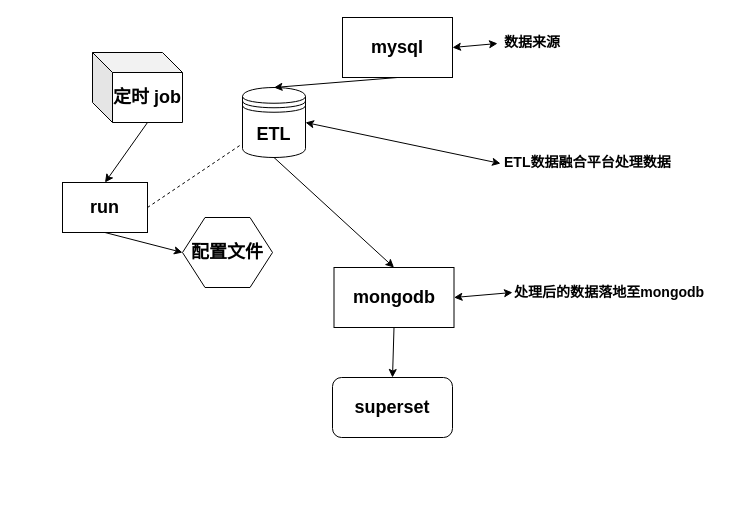
Before: Untitled Diagram.drawio in 23Evildoer/day7, a draw.io diagram. Source tidied: cells renumbered, new cells numbered last; positions are measured from the earlier drawing's top-left corner, leaving out a move shared by most shapes. Both pictures are drawn from the tidied source at 100%, with x=0, y=0 at pixel (62, 17).
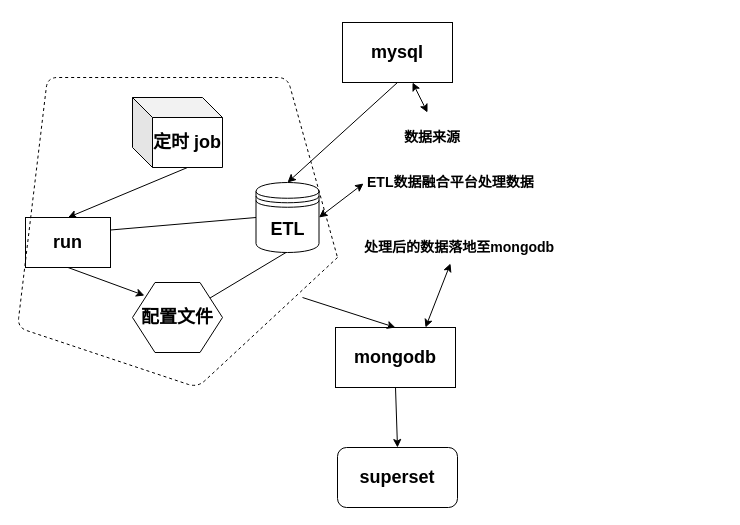
The same diagram, later.

What changed in the source:
```diff
@@
     <mxCell id="2" value="&lt;h2&gt;mysql&lt;/h2&gt;" style="rounded=0;whiteSpace=wrap;html=1;" parent="1" vertex="1">
-      <mxGeometry x="280" width="110" height="60" as="geometry" />
+      <mxGeometry x="280" y="5" width="110" height="60" as="geometry" />
     </mxCell>
     <mxCell id="3" value="&lt;h2&gt;ETL&lt;/h2&gt;" style="shape=datastore;whiteSpace=wrap;html=1;" parent="1" vertex="1">
-      <mxGeometry x="180" y="70" width="63" height="70" as="geometry" />
+      <mxGeometry x="193.5" y="165" width="63" height="70" as="geometry" />
     </mxCell>
@@
     <mxCell id="5" value="&lt;h2&gt;mongodb&lt;/h2&gt;" style="rounded=0;whiteSpace=wrap;html=1;" parent="1" vertex="1">
-      <mxGeometry x="271.5" y="250" width="120" height="60" as="geometry" />
+      <mxGeometry x="273" y="310" width="120" height="60" as="geometry" />
     </mxCell>
-    <mxCell id="6" style="endArrow=classic;html=1;entryX=0.5;entryY=0;entryDx=0;entryDy=0;exitX=0.5;exitY=1;exitDx=0;exitDy=0;" parent="1" edge="1" source="3" target="5">
-      <mxGeometry relative="1" as="geometry" />
+    <mxCell id="6" style="endArrow=classic;html=1;entryX=0.5;entryY=0;entryDx=0;entryDy=0;" parent="1" edge="1" target="5">
+      <mxGeometry relative="1" as="geometry">
+        <mxPoint x="240" y="280" as="sourcePoint" />
+      </mxGeometry>
     </mxCell>
     <mxCell id="7" value="&lt;h2&gt;superset&lt;/h2&gt;" style="rounded=1;whiteSpace=wrap;html=1;" parent="1" vertex="1">
-      <mxGeometry x="270" y="360" width="120" height="60" as="geometry" />
+      <mxGeometry x="275" y="430" width="120" height="60" as="geometry" />
     </mxCell>
@@
-    <mxCell id="9" style="endArrow=none;dashed=1;html=1;exitX=1;exitY=0.5;exitDx=0;exitDy=0;" parent="1" edge="1" source="18" target="3">
-      <mxGeometry relative="1" as="geometry" />
-    </mxCell>
     <mxCell id="10" value="&lt;h3&gt;数据来源&lt;/h3&gt;" style="text;html=1;points=[];align=left;verticalAlign=top;spacingTop=-4;" parent="1" vertex="1">
-      <mxGeometry x="440" width="70" height="40" as="geometry" />
+      <mxGeometry x="340" y="95" width="70" height="40" as="geometry" />
     </mxCell>
-    <mxCell id="11" style="endArrow=classic;startArrow=classic;html=1;exitX=1;exitY=0.5;exitDx=0;exitDy=0;entryX=-0.071;entryY=0.65;entryDx=0;entryDy=0;entryPerimeter=0;" parent="1" edge="1" source="2" target="10">
+    <mxCell id="11" style="endArrow=classic;startArrow=classic;html=1;" parent="1" edge="1" source="2" target="10">
       <mxGeometry relative="1" as="geometry" />
     </mxCell>
     <mxCell id="12" value="&lt;h3&gt;ETL数据融合平台处理数据&lt;/h3&gt;" style="text;html=1;points=[];align=left;verticalAlign=top;spacingTop=-4;" parent="1" vertex="1">
-      <mxGeometry x="440" y="120" width="180" height="40" as="geometry" />
+      <mxGeometry x="303" y="140" width="180" height="40" as="geometry" />
     </mxCell>
@@
     <mxCell id="14" value="&lt;h3&gt;处理后的数据落地至mongodb&lt;/h3&gt;" style="text;html=1;points=[];align=left;verticalAlign=top;spacingTop=-4;" parent="1" vertex="1">
-      <mxGeometry x="450" y="250" width="210" height="40" as="geometry" />
+      <mxGeometry x="300" y="205" width="210" height="40" as="geometry" />
     </mxCell>
-    <mxCell id="15" style="endArrow=classic;startArrow=classic;html=1;exitX=1;exitY=0.5;exitDx=0;exitDy=0;entryX=0;entryY=0.625;entryDx=0;entryDy=0;entryPerimeter=0;" parent="1" edge="1" source="5" target="14">
+    <mxCell id="15" style="endArrow=classic;startArrow=classic;html=1;exitX=0.75;exitY=0;exitDx=0;exitDy=0;entryX=0.419;entryY=1.025;entryDx=0;entryDy=0;entryPerimeter=0;" parent="1" edge="1" source="5" target="14">
       <mxGeometry relative="1" as="geometry" />
     </mxCell>
     <mxCell id="16" value="&lt;h2&gt;定时 job&lt;/h2&gt;" style="shape=cube;whiteSpace=wrap;html=1;boundedLbl=1;backgroundOutline=1;darkOpacity=0.05;darkOpacity2=0.1;" parent="1" vertex="1">
-      <mxGeometry x="30" y="35" width="90" height="70" as="geometry" />
+      <mxGeometry x="70" y="80" width="90" height="70" as="geometry" />
     </mxCell>
@@
     <mxCell id="18" value="&lt;h2&gt;run&lt;/h2&gt;" style="rounded=0;whiteSpace=wrap;html=1;" parent="1" vertex="1">
-      <mxGeometry y="165" width="85" height="50" as="geometry" />
+      <mxGeometry x="-37" y="200" width="85" height="50" as="geometry" />
     </mxCell>
     <mxCell id="19" value="&lt;h2&gt;配置文件&lt;/h2&gt;" style="shape=hexagon;perimeter=hexagonPerimeter2;whiteSpace=wrap;html=1;" parent="1" vertex="1">
-      <mxGeometry x="120" y="200" width="90" height="70" as="geometry" />
+      <mxGeometry x="70" y="265" width="90" height="70" as="geometry" />
     </mxCell>
-    <mxCell id="20" style="endArrow=classic;html=1;entryX=0;entryY=0.5;entryDx=0;entryDy=0;exitX=0.5;exitY=1;exitDx=0;exitDy=0;" parent="1" edge="1" source="18" target="19">
+    <mxCell id="20" style="endArrow=classic;html=1;exitX=0.5;exitY=1;exitDx=0;exitDy=0;entryX=0.133;entryY=0.186;entryDx=0;entryDy=0;entryPerimeter=0;" parent="1" edge="1" source="18" target="19">
       <mxGeometry relative="1" as="geometry" />
     </mxCell>
+    <mxCell id="21" style="endArrow=none;dashed=1;html=1;" parent="1" edge="1">
+      <mxGeometry relative="1" as="geometry">
+        <mxPoint x="275" y="240" as="sourcePoint" />
+        <mxPoint x="275" y="240" as="targetPoint" />
+        <Array as="points">
+          <mxPoint x="135" y="370" />
+          <mxPoint x="-45" y="310" />
+          <mxPoint x="-15" y="60" />
+          <mxPoint x="225" y="60" />
+        </Array>
+      </mxGeometry>
+    </mxCell>
+    <mxCell id="22" style="endArrow=none;html=1;entryX=0.476;entryY=1;entryDx=0;entryDy=0;entryPerimeter=0;" parent="1" edge="1" source="19" target="3">
+      <mxGeometry relative="1" as="geometry" />
+    </mxCell>
+    <mxCell id="9" style="endArrow=none;html=1;entryX=0;entryY=0.5;entryDx=0;entryDy=0;exitX=1;exitY=0.25;exitDx=0;exitDy=0;" parent="1" edge="1" source="18" target="3">
+      <mxGeometry relative="1" as="geometry" />
+    </mxCell>
```
